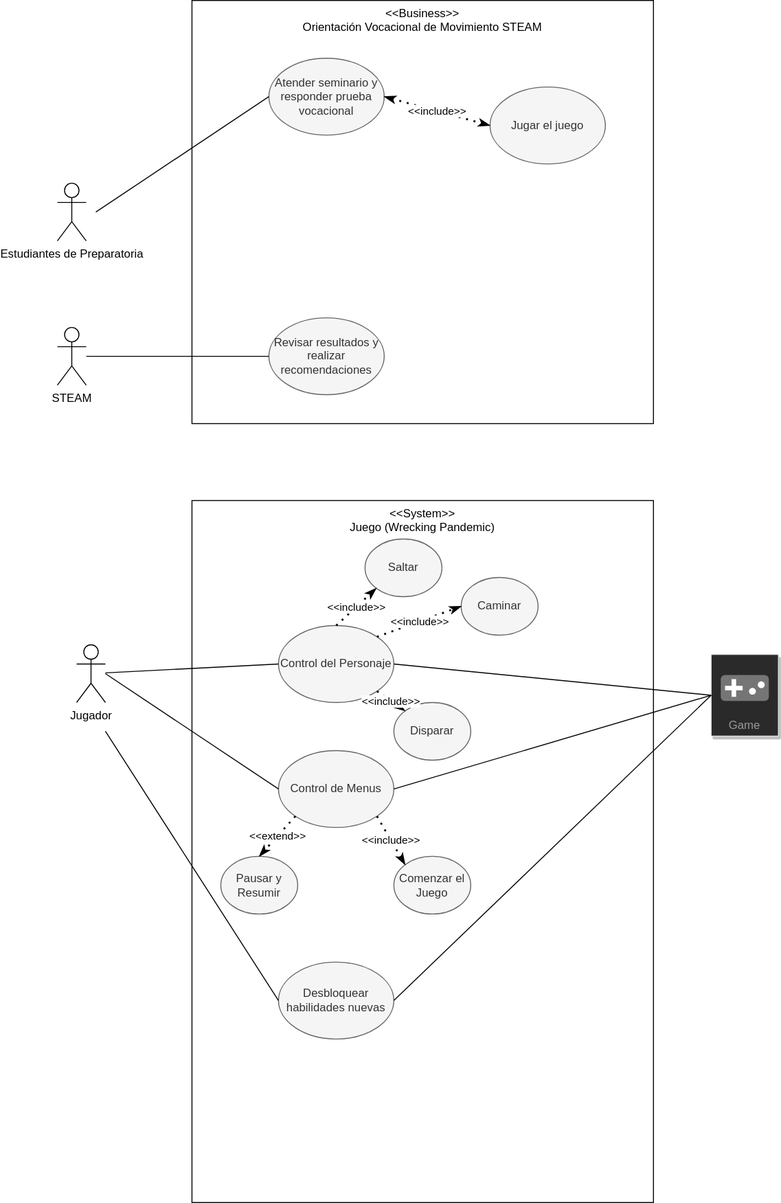
The draw.io diagram diagrams/diagramas_wreckingpandemic.drawio.svg in BloqueSoftwareDev/srsdoc, before a commit. Source tidied: cells renumbered, new cells last; positions are measured from the earlier drawing's top-left corner, leaving out a move shared by most shapes.
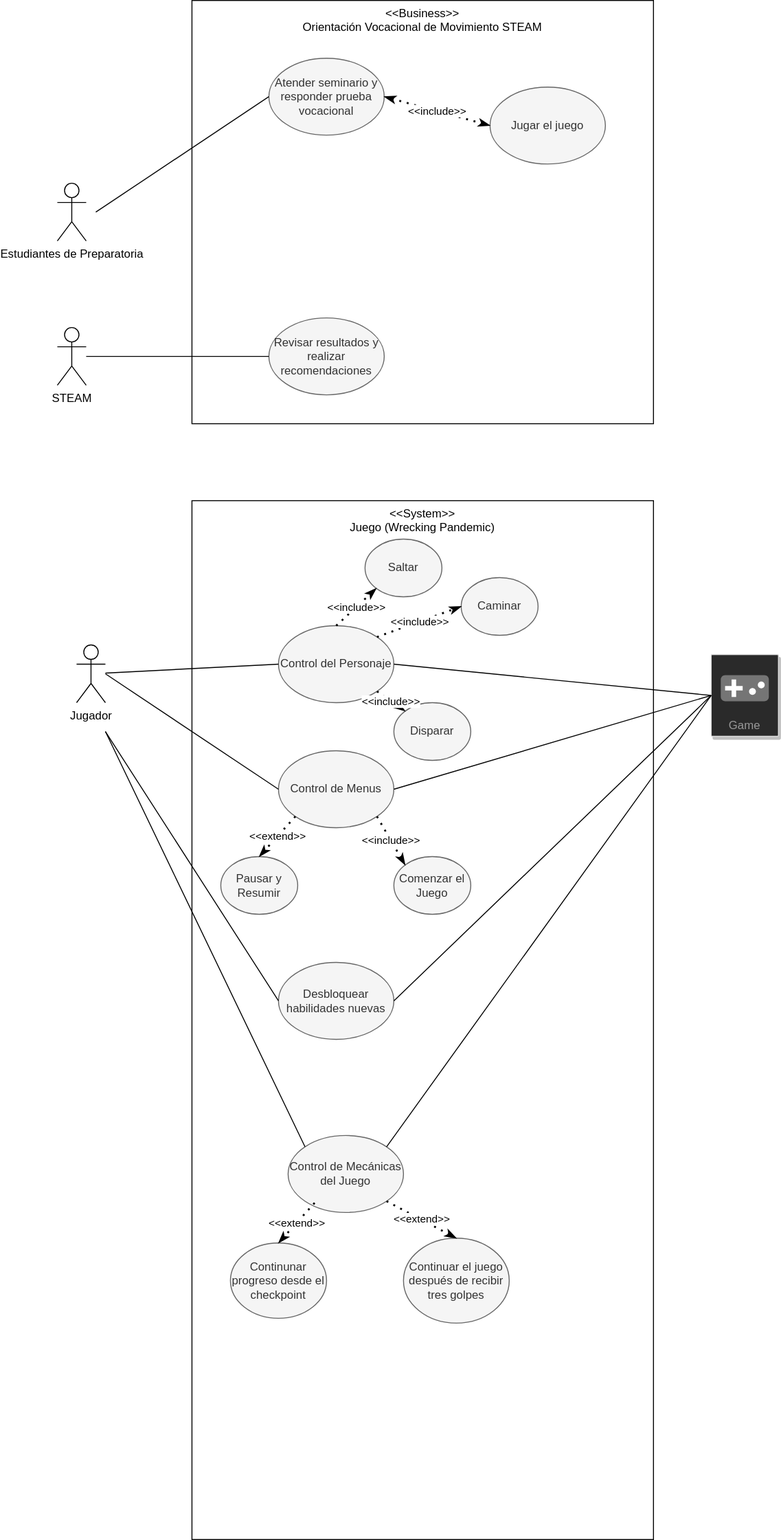
Above is the later version.

Commit message:
Added game mechanic control

Diff of the diagram source:
```diff
@@ -32,7 +32,7 @@
       <mxGeometry relative="1" as="geometry" />
     </mxCell>
     <mxCell id="11" value="&amp;lt;&amp;lt;System&amp;gt;&amp;gt;&lt;br&gt;Juego (Wrecking Pandemic)" style="rounded=0;whiteSpace=wrap;html=1;labelPosition=center;verticalLabelPosition=middle;align=center;verticalAlign=top;fillColor=none;" parent="1" vertex="1">
-      <mxGeometry x="140" y="520" width="480" height="730" as="geometry" />
+      <mxGeometry x="140" y="520" width="480" height="1080" as="geometry" />
     </mxCell>
     <mxCell id="12" value="Jugador" style="shape=umlActor;verticalLabelPosition=bottom;verticalAlign=top;html=1;outlineConnect=0;" parent="1" vertex="1">
       <mxGeometry x="20" y="670" width="30" height="60" as="geometry" />
@@ -106,5 +106,30 @@
     <mxCell id="33" style="endArrow=none;html=1;exitX=1;exitY=0.5;exitDx=0;exitDy=0;entryX=0;entryY=0.5;entryDx=0;entryDy=0;" parent="1" edge="1" source="31" target="27">
       <mxGeometry relative="1" as="geometry" />
     </mxCell>
+    <mxCell id="34" value="Control de Mecánicas del Juego" style="ellipse;whiteSpace=wrap;html=1;fillColor=#f5f5f5;strokeColor=#666666;fontColor=#333333;" parent="1" vertex="1">
+      <mxGeometry x="240" y="1180" width="120" height="80" as="geometry" />
+    </mxCell>
+    <mxCell id="35" style="endArrow=none;html=1;exitX=0;exitY=0;exitDx=0;exitDy=0;" parent="1" edge="1" source="34">
+      <mxGeometry relative="1" as="geometry">
+        <mxPoint x="50" y="760" as="targetPoint" />
+      </mxGeometry>
+    </mxCell>
+    <mxCell id="36" value="Continunar progreso desde el checkpoint" style="ellipse;whiteSpace=wrap;html=1;fillColor=#f5f5f5;strokeColor=#666666;fontColor=#333333;" parent="1" vertex="1">
+      <mxGeometry x="180" y="1291.7" width="100" height="78.3" as="geometry" />
+    </mxCell>
+    <mxCell id="37" value="&amp;lt;&amp;lt;extend&amp;gt;&amp;gt;" style="endArrow=classicThin;dashed=1;html=1;dashPattern=1 3;strokeWidth=2;entryX=0.5;entryY=0;entryDx=0;entryDy=0;exitX=0;exitY=1;exitDx=0;exitDy=0;startArrow=none;startFill=0;endFill=1;" parent="1" edge="1" target="36">
+      <mxGeometry relative="1" as="geometry">
+        <mxPoint x="267.6" y="1250" as="sourcePoint" />
+      </mxGeometry>
+    </mxCell>
+    <mxCell id="38" value="Continuar el juego después de recibir tres golpes" style="ellipse;whiteSpace=wrap;html=1;fillColor=#f5f5f5;strokeColor=#666666;fontColor=#333333;" parent="1" vertex="1">
+      <mxGeometry x="360" y="1286.7" width="110" height="88.3" as="geometry" />
+    </mxCell>
+    <mxCell id="39" value="&amp;lt;&amp;lt;extend&amp;gt;&amp;gt;" style="endArrow=classicThin;dashed=1;html=1;dashPattern=1 3;strokeWidth=2;entryX=0.5;entryY=0;entryDx=0;entryDy=0;exitX=1;exitY=1;exitDx=0;exitDy=0;startArrow=none;startFill=0;endFill=1;" parent="1" edge="1" source="34" target="38">
+      <mxGeometry relative="1" as="geometry" />
+    </mxCell>
+    <mxCell id="40" style="endArrow=none;html=1;exitX=1;exitY=0;exitDx=0;exitDy=0;entryX=0;entryY=0.5;entryDx=0;entryDy=0;" parent="1" edge="1" source="34" target="27">
+      <mxGeometry relative="1" as="geometry" />
+    </mxCell>
   </root>
 </mxGraphModel>
```
